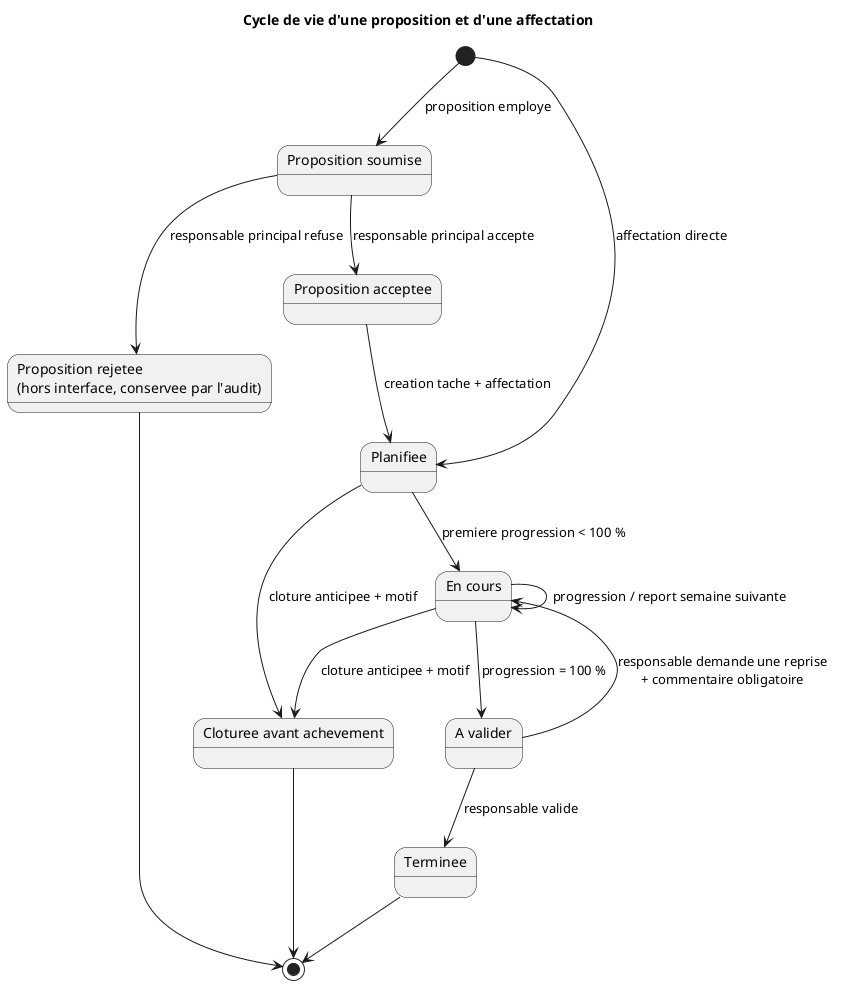
The PlantUML diagram docs/task-lifecycle.png in maliky/csrs-report, before a commit. Source of this version:
```plantuml
@startuml
title Cycle de vie d'une proposition et d'une affectation

state "Proposition soumise" as submitted
state "Proposition acceptee" as accepted
state "Proposition rejetee\n(hors interface, conservee par l'audit)" as rejected
state "Planifiee" as planned
state "En cours" as active
state "A valider" as awaiting
state "Terminee" as completed
state "Cloturee avant achevement" as early

[*] --> submitted : proposition employe
submitted --> accepted : responsable principal accepte
submitted --> rejected : responsable principal refuse
accepted --> planned : creation tache + affectation
[*] --> planned : affectation directe
planned --> active : premiere progression < 100 %
active --> active : progression / report semaine suivante
active --> awaiting : progression = 100 %
awaiting --> completed : responsable valide
awaiting --> active : responsable demande une reprise\n+ commentaire obligatoire
planned --> early : cloture anticipee + motif
active --> early : cloture anticipee + motif
completed --> [*]
early --> [*]
rejected --> [*]
@enduml
```
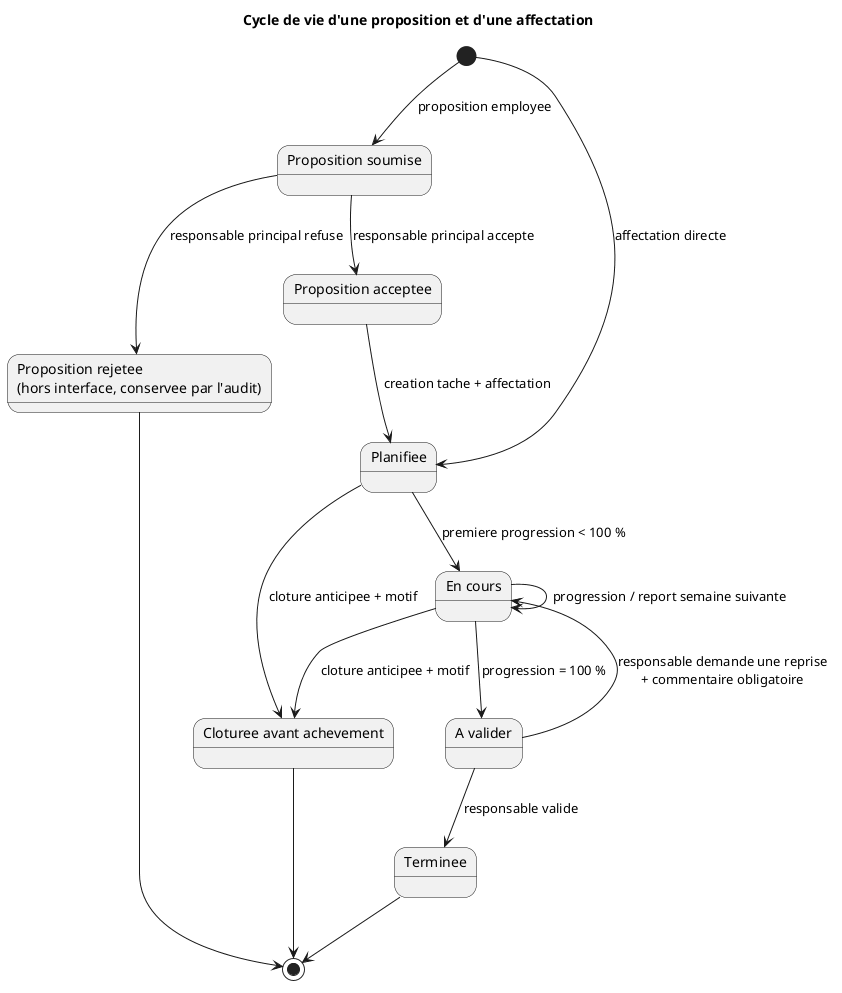
The same diagram one commit later.

The edit, as a diff of the source:
```diff
@@ -10,7 +10,7 @@
 state "Terminee" as completed
 state "Cloturee avant achevement" as early
 
-[*] --> submitted : proposition employe
+[*] --> submitted : proposition employee
 submitted --> accepted : responsable principal accepte
 submitted --> rejected : responsable principal refuse
 accepted --> planned : creation tache + affectation
```
